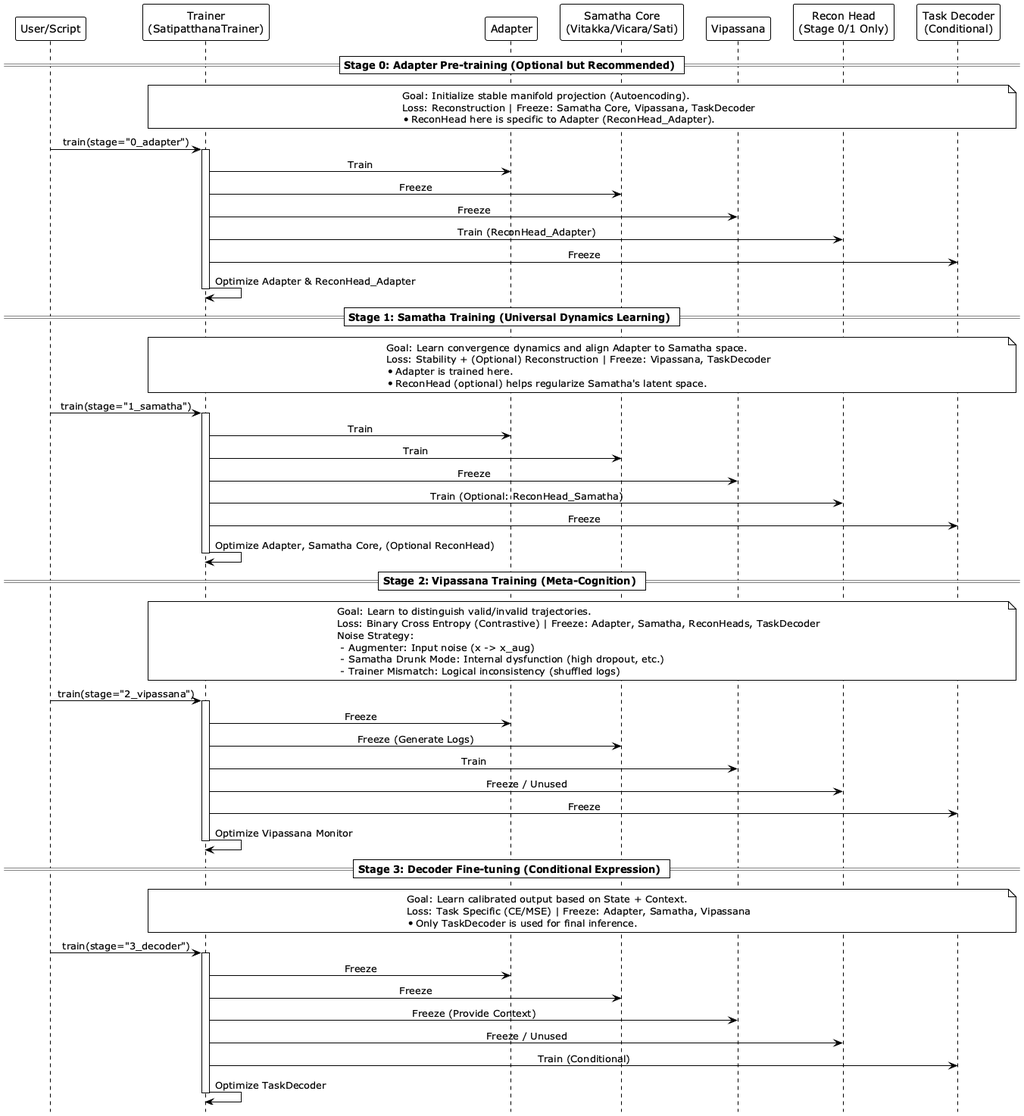
Above: docs/diagrams/images/v4_sequence_diagram_training_overview.png in tamatebox/satipatthana-framework (PlantUML), before the change.
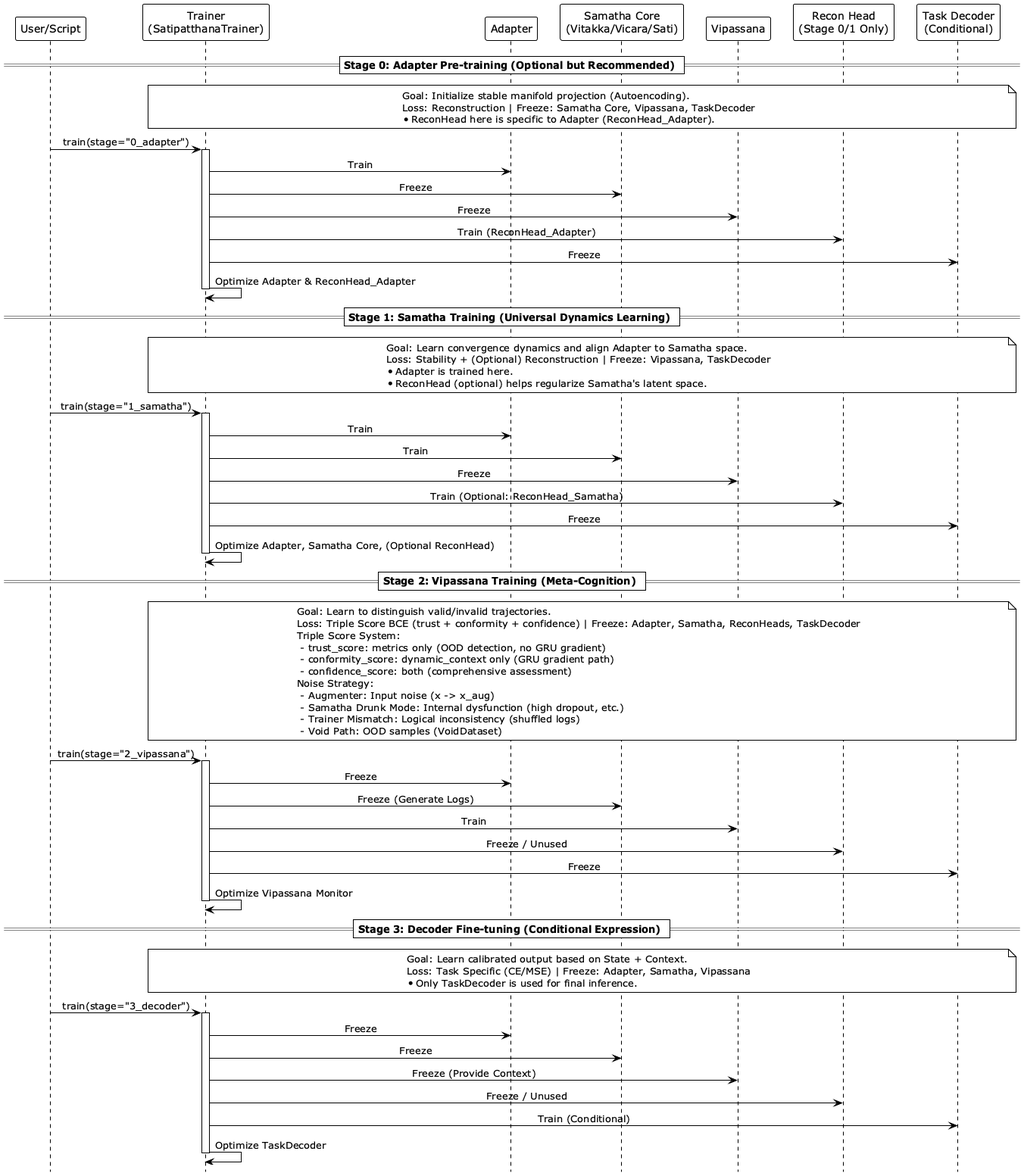
The same file after the commit.

Change to the diagram source:
```diff
@@ -47,11 +47,16 @@
 == Stage 2: Vipassana Training (Meta-Cognition) ==
 note over Trainer, TaskDecoder
 Goal: Learn to distinguish valid/invalid trajectories.
-Loss: Binary Cross Entropy (Contrastive) | Freeze: Adapter, Samatha, ReconHeads, TaskDecoder
+Loss: Triple Score BCE (trust + conformity + confidence) | Freeze: Adapter, Samatha, ReconHeads, TaskDecoder
+Triple Score System:
+ - trust_score: metrics only (OOD detection, no GRU gradient)
+ - conformity_score: dynamic_context only (GRU gradient path)
+ - confidence_score: both (comprehensive assessment)
 Noise Strategy:
  - Augmenter: Input noise (x -> x_aug)
  - Samatha Drunk Mode: Internal dysfunction (high dropout, etc.)
  - Trainer Mismatch: Logical inconsistency (shuffled logs)
+ - Void Path: OOD samples (VoidDataset)
 end note
 User -> Trainer: train(stage="2_vipassana")
 activate Trainer
```
